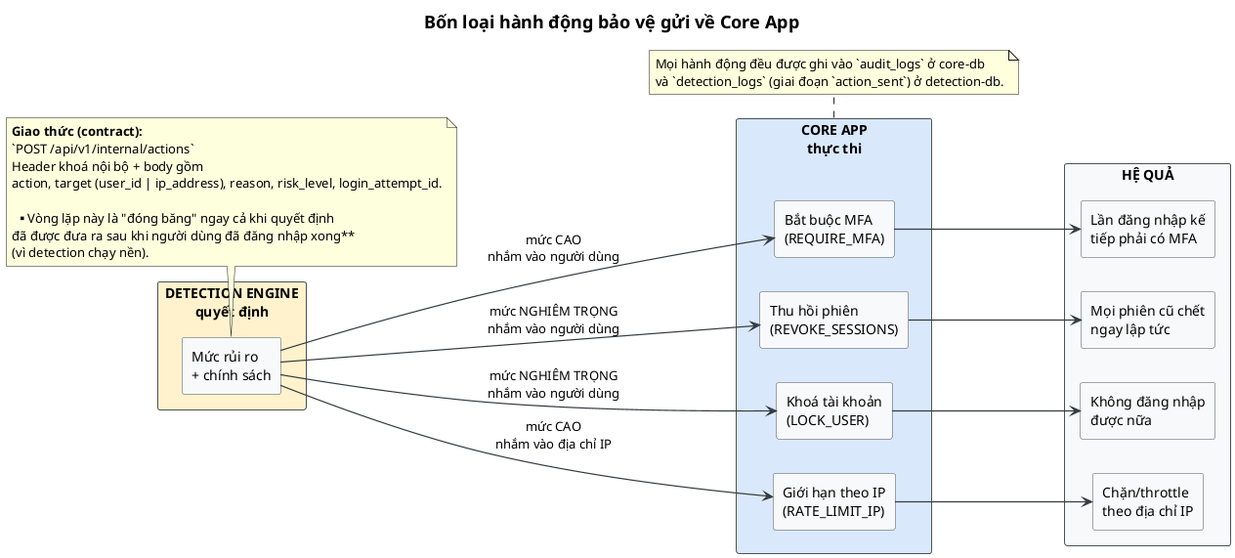
Earlier version of the PlantUML export docs/diagrams/v3.3-detect/06-hanh-dong-ve-core.png (Albert-Tuan/sentinel-auth). The source it was exported from:
```plantuml
@startuml
skinparam backgroundColor #FFFFFF
skinparam shadowing false
skinparam defaultFontName Sans
skinparam rectangle {
  BackgroundColor #F8F9FA
  BorderColor #495057
}
skinparam ArrowColor #343A40
skinparam ArrowThickness 1.2
skinparam titleFontSize 18

title Bốn loại hành động bảo vệ gửi về Core App

left to right direction

rectangle "DETECTION ENGINE\nquyết định" as DE #FFF2CC {
  rectangle "Mức rủi ro\n+ chính sách" as DEC
}

rectangle "CORE APP\nthực thi" as CORE #DAE8FC {
  rectangle "Bắt buộc MFA\n(REQUIRE_MFA)" as A1
  rectangle "Thu hồi phiên\n(REVOKE_SESSIONS)" as A2
  rectangle "Khoá tài khoản\n(LOCK_USER)" as A3
  rectangle "Giới hạn theo IP\n(RATE_LIMIT_IP)" as A4
}

rectangle "HỆ QUẢ" as RES {
  rectangle "Lần đăng nhập kế\ntiếp phải có MFA" as R1
  rectangle "Mọi phiên cũ chết\nngay lập tức" as R2
  rectangle "Không đăng nhập\nđược nữa" as R3
  rectangle "Chặn/throttle\ntheo địa chỉ IP" as R4
}

DEC --> A1 : mức CAO\nnhắm vào người dùng
DEC --> A2 : mức NGHIÊM TRỌNG\nnhắm vào người dùng
DEC --> A3 : mức NGHIÊM TRỌNG\nnhắm vào người dùng
DEC --> A4 : mức CAO\nnhắm vào địa chỉ IP

A1 --> R1
A2 --> R2
A3 --> R3
A4 --> R4

note bottom of DEC
  **Giao thức (contract):**
  `POST /api/v1/internal/actions`
  Header khoá nội bộ + body gồm
  action, target (user_id | ip_address), reason, risk_level, login_attempt_id.

  **Vòng lặp này là "đóng băng" ngay cả khi quyết định
  đã được đưa ra sau khi người dùng đã đăng nhập xong**
  (vì detection chạy nền).
end note

note bottom of CORE
  Mọi hành động đều được ghi vào `audit_logs` ở core-db
  và `detection_logs` (giai đoạn `action_sent`) ở detection-db.
end note

@enduml
```
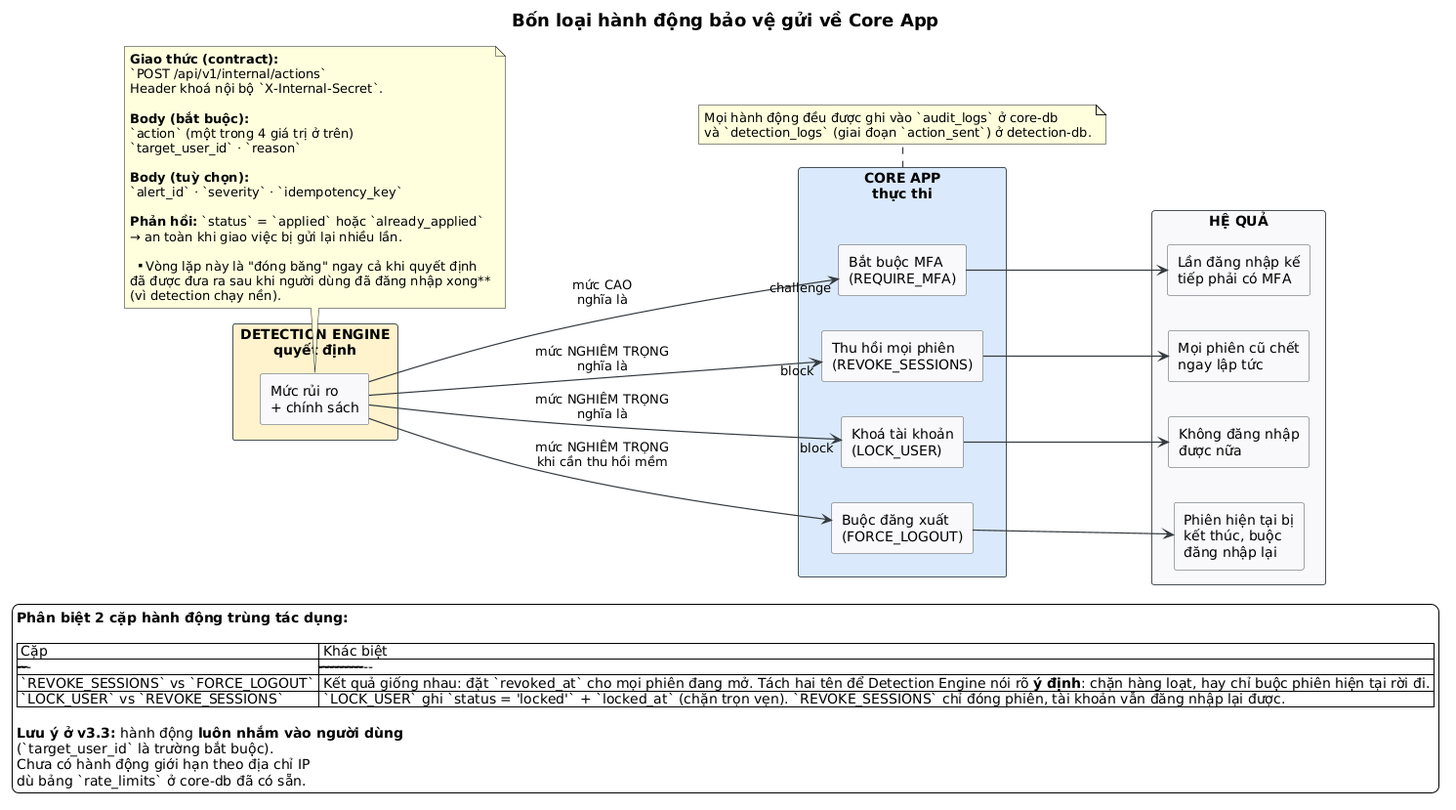
Above is the later version.

Diff of the diagram source:
```diff
@@ -17,25 +17,24 @@
 rectangle "DETECTION ENGINE\nquyết định" as DE #FFF2CC {
   rectangle "Mức rủi ro\n+ chính sách" as DEC
 }
-
 rectangle "CORE APP\nthực thi" as CORE #DAE8FC {
   rectangle "Bắt buộc MFA\n(REQUIRE_MFA)" as A1
-  rectangle "Thu hồi phiên\n(REVOKE_SESSIONS)" as A2
+  rectangle "Thu hồi mọi phiên\n(REVOKE_SESSIONS)" as A2
   rectangle "Khoá tài khoản\n(LOCK_USER)" as A3
-  rectangle "Giới hạn theo IP\n(RATE_LIMIT_IP)" as A4
+  rectangle "Buộc đăng xuất\n(FORCE_LOGOUT)" as A4
 }
 
 rectangle "HỆ QUẢ" as RES {
   rectangle "Lần đăng nhập kế\ntiếp phải có MFA" as R1
   rectangle "Mọi phiên cũ chết\nngay lập tức" as R2
   rectangle "Không đăng nhập\nđược nữa" as R3
-  rectangle "Chặn/throttle\ntheo địa chỉ IP" as R4
+  rectangle "Phiên hiện tại bị\nkết thúc, buộc\nđăng nhập lại" as R4
 }
 
-DEC --> A1 : mức CAO\nnhắm vào người dùng
-DEC --> A2 : mức NGHIÊM TRỌNG\nnhắm vào người dùng
-DEC --> A3 : mức NGHIÊM TRỌNG\nnhắm vào người dùng
-DEC --> A4 : mức CAO\nnhắm vào địa chỉ IP
+DEC --> A1 : mức CAO\nnghĩa là "challenge"
+DEC --> A2 : mức NGHIÊM TRỌNG\nnghĩa là "block"
+DEC --> A3 : mức NGHIÊM TRỌNG\nnghĩa là "block"
+DEC --> A4 : mức NGHIÊM TRỌNG\nkhi cần thu hồi mềm
 
 A1 --> R1
 A2 --> R2
@@ -45,8 +44,17 @@
 note bottom of DEC
   **Giao thức (contract):**
   `POST /api/v1/internal/actions`
-  Header khoá nội bộ + body gồm
-  action, target (user_id | ip_address), reason, risk_level, login_attempt_id.
+  Header khoá nội bộ `X-Internal-Secret`.
+
+  **Body (bắt buộc):**
+  `action` (một trong 4 giá trị ở trên)
+  `target_user_id` · `reason`
+
+  **Body (tuỳ chọn):**
+  `alert_id` · `severity` · `idempotency_key`
+
+  **Phản hồi:** `status` = `applied` hoặc `already_applied`
+  → an toàn khi giao việc bị gửi lại nhiều lần.
 
   **Vòng lặp này là "đóng băng" ngay cả khi quyết định
   đã được đưa ra sau khi người dùng đã đăng nhập xong**
@@ -58,4 +66,17 @@
   và `detection_logs` (giai đoạn `action_sent`) ở detection-db.
 end note
 
+legend bottom
+**Phân biệt 2 cặp hành động trùng tác dụng:**
+
+| Cặp       | Khác biệt                                     |
+|-----------|-----------------------------------------------|
+| `REVOKE_SESSIONS` vs `FORCE_LOGOUT` | Kết quả giống nhau: đặt `revoked_at` cho mọi phiên đang mở. Tách hai tên để Detection Engine nói rõ **ý định**: chặn hàng loạt, hay chỉ buộc phiên hiện tại rời đi. |
+| `LOCK_USER` vs `REVOKE_SESSIONS` | `LOCK_USER` ghi `status = 'locked'` + `locked_at` (chặn trọn vẹn). `REVOKE_SESSIONS` chỉ đóng phiên, tài khoản vẫn đăng nhập lại được. |
+
+**Lưu ý ở v3.3:** hành động **luôn nhắm vào người dùng**
+(`target_user_id` là trường bắt buộc).
+Chưa có hành động giới hạn theo địa chỉ IP
+dù bảng `rate_limits` ở core-db đã có sẵn.
+endlegend
 @enduml
```
